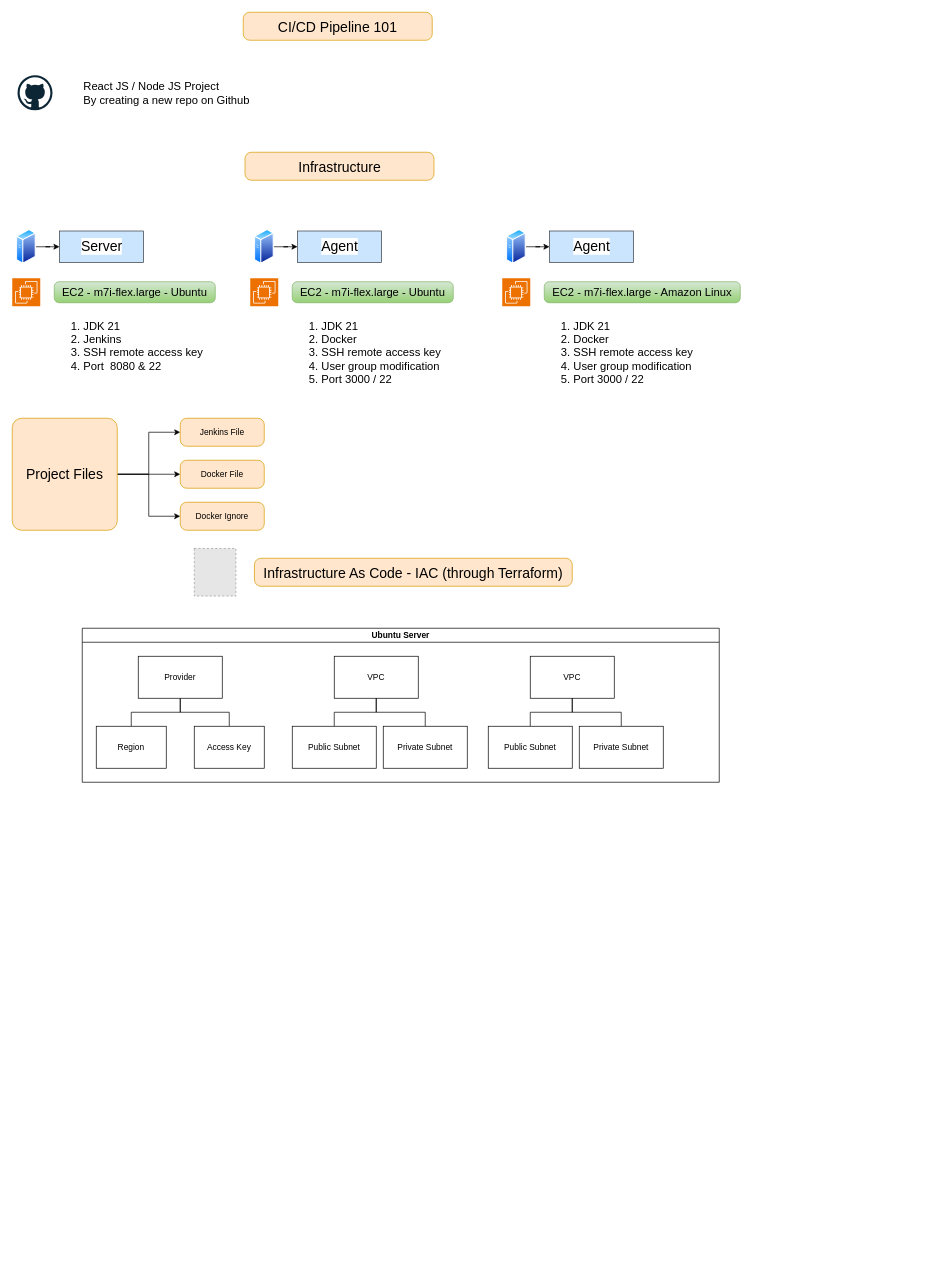
The draw.io diagram cicd_pipeline_101.drawio in mohsinakhtaralam/cicd_pipeline_101, before the edit. Source tidied: cells renumbered, new cells numbered last; positions are measured from the earlier drawing's top-left corner, leaving out a move shared by most shapes. Both pictures are drawn from the tidied source at 70%, with x=0, y=0 at pixel (12, 12). Pictures stored in the file or linked from it are replaced by grey dashed boxes.
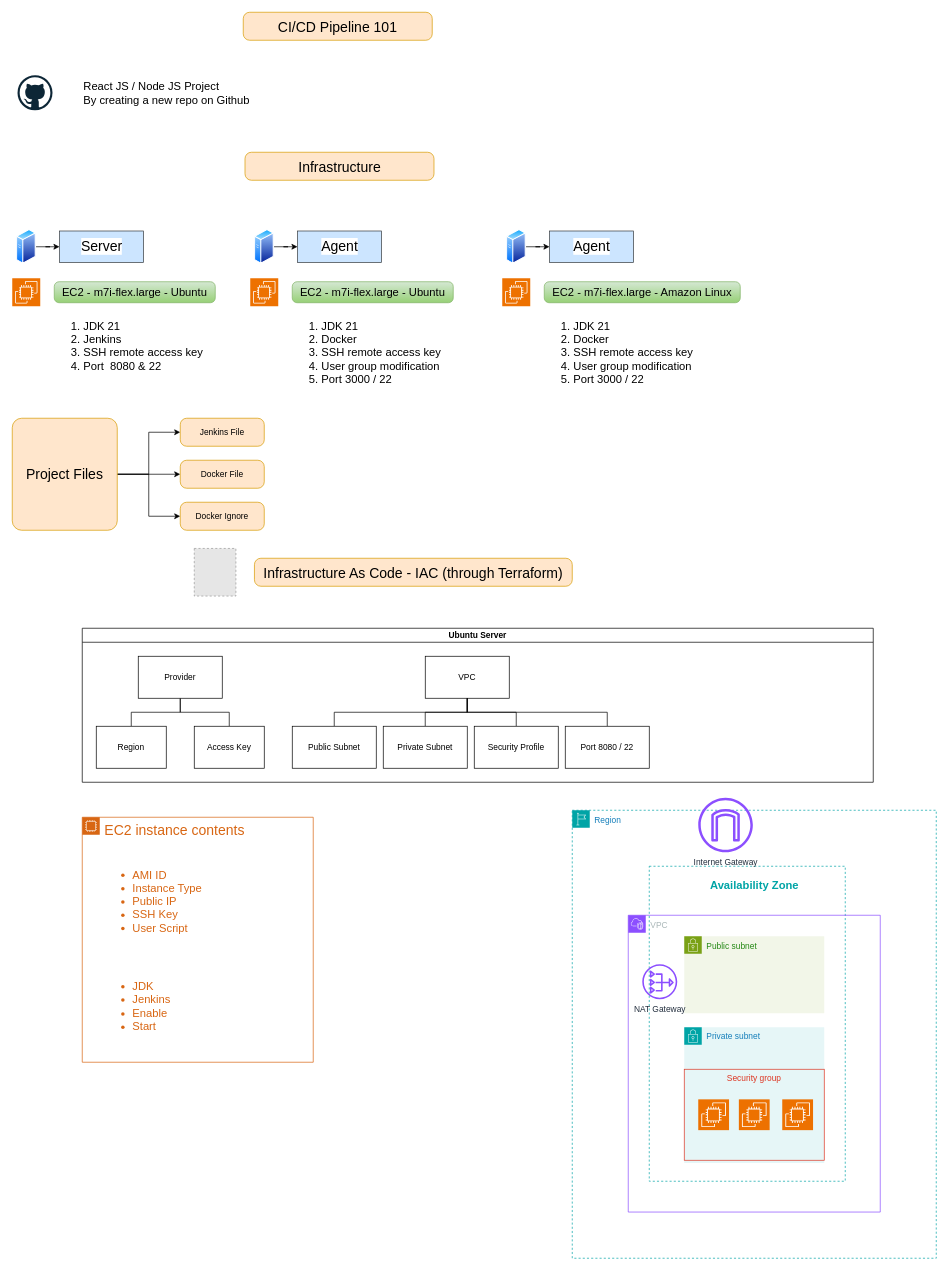
After the change.

The edit, as a diff of the source:
```diff
@@
+    <mxCell id="49" value="Region" style="gradientColor=none;html=1;whiteSpace=wrap;fontSize=12;fontStyle=0;shape=mxgraph.aws4.group;grIcon=mxgraph.aws4.group_region;strokeColor=#00A4A6;fillColor=none;verticalAlign=top;align=left;spacingLeft=30;fontColor=#147EBA;dashed=1;" parent="1" vertex="1">
+      <mxGeometry x="800" y="1140" width="520" height="640" as="geometry" />
+    </mxCell>
+    <mxCell id="50" style="verticalLabelPosition=bottom;verticalAlign=top;html=1;shape=mxgraph.basic.rect;fillColor2=none;strokeWidth=1;size=20;indent=5;dashed=1;strokeColor=light-dark(#00a4a6, #ededed);" parent="49" vertex="1">
+      <mxGeometry x="110" y="80" width="280" height="450" as="geometry" />
+    </mxCell>
+    <mxCell id="51" value="Availability Zone" style="text;html=1;align=center;verticalAlign=middle;strokeColor=none;fillColor=none;fontSize=16;fontColor=light-dark(#00a4a6, #ededed);fontStyle=1;" parent="49" vertex="1">
+      <mxGeometry x="190" y="92" width="140" height="30" as="geometry" />
+    </mxCell>
+    <mxCell id="39" value="VPC" style="points=[[0,0],[0.25,0],[0.5,0],[0.75,0],[1,0],[1,0.25],[1,0.5],[1,0.75],[1,1],[0.75,1],[0.5,1],[0.25,1],[0,1],[0,0.75],[0,0.5],[0,0.25]];outlineConnect=0;gradientColor=none;html=1;whiteSpace=wrap;fontSize=12;fontStyle=0;shape=mxgraph.aws4.group;grIcon=mxgraph.aws4.group_vpc2;strokeColor=#8C4FFF;fillColor=none;verticalAlign=top;align=left;spacingLeft=30;fontColor=#AAB7B8;dashed=0;" parent="49" vertex="1">
+      <mxGeometry x="80" y="150" width="360" height="424" as="geometry" />
+    </mxCell>
+    <mxCell id="52" value="Private subnet" style="gradientColor=none;html=1;whiteSpace=wrap;fontSize=12;fontStyle=0;shape=mxgraph.aws4.group;grIcon=mxgraph.aws4.group_security_group;grStroke=0;strokeColor=#00A4A6;fillColor=#E6F6F7;verticalAlign=top;align=left;spacingLeft=30;fontColor=#147EBA;dashed=0;" parent="39" vertex="1">
+      <mxGeometry x="80" y="160" width="200" height="194" as="geometry" />
+    </mxCell>
+    <mxCell id="53" value="Public subnet" style="gradientColor=none;html=1;whiteSpace=wrap;fontSize=12;fontStyle=0;shape=mxgraph.aws4.group;grIcon=mxgraph.aws4.group_security_group;grStroke=0;strokeColor=#7AA116;fillColor=#F2F6E8;verticalAlign=top;align=left;spacingLeft=30;fontColor=#248814;dashed=0;" parent="49" vertex="1">
+      <mxGeometry x="160" y="180" width="200" height="110" as="geometry" />
+    </mxCell>
+    <mxCell id="54" value="Internet Gateway" style="sketch=0;fontColor=#232F3E;gradientColor=none;fillColor=#8C4FFF;strokeColor=none;dashed=0;verticalLabelPosition=bottom;verticalAlign=top;align=center;html=1;fontSize=12;fontStyle=0;shape=mxgraph.aws4.internet_gateway;" parent="49" vertex="1">
+      <mxGeometry x="180" y="-18" width="78" height="78" as="geometry" />
+    </mxCell>
+    <mxCell id="55" value="NAT Gateway" style="sketch=0;fontColor=#232F3E;gradientColor=none;fillColor=#8C4FFF;strokeColor=none;dashed=0;verticalLabelPosition=bottom;verticalAlign=top;align=center;html=1;fontSize=12;fontStyle=0;shape=mxgraph.aws4.nat_gateway;" parent="49" vertex="1">
+      <mxGeometry x="100" y="220" width="50" height="50" as="geometry" />
+    </mxCell>
+    <mxCell id="56" value="Security group" style="fillColor=none;strokeColor=#DD3522;verticalAlign=top;fontStyle=0;fontColor=#DD3522;whiteSpace=wrap;html=1;" parent="49" vertex="1">
+      <mxGeometry x="160" y="370" width="200" height="130" as="geometry" />
+    </mxCell>
+    <mxCell id="57" style="sketch=0;fontColor=#232F3E;fillColor=#ED7100;strokeColor=#ffffff;dashed=0;verticalLabelPosition=bottom;verticalAlign=top;align=center;html=1;fontSize=12;fontStyle=0;shape=mxgraph.aws4.resourceIcon;resIcon=mxgraph.aws4.ec2;" parent="49" vertex="1">
+      <mxGeometry x="180" y="413" width="44" height="44" as="geometry" />
+    </mxCell>
+    <mxCell id="58" style="sketch=0;fontColor=#232F3E;fillColor=#ED7100;strokeColor=#ffffff;dashed=0;verticalLabelPosition=bottom;verticalAlign=top;align=center;html=1;fontSize=12;fontStyle=0;shape=mxgraph.aws4.resourceIcon;resIcon=mxgraph.aws4.ec2;" parent="49" vertex="1">
+      <mxGeometry x="238" y="413" width="44" height="44" as="geometry" />
+    </mxCell>
+    <mxCell id="59" style="sketch=0;fontColor=#232F3E;fillColor=#ED7100;strokeColor=#ffffff;dashed=0;verticalLabelPosition=bottom;verticalAlign=top;align=center;html=1;fontSize=12;fontStyle=0;shape=mxgraph.aws4.resourceIcon;resIcon=mxgraph.aws4.ec2;" parent="49" vertex="1">
+      <mxGeometry x="300" y="413" width="44" height="44" as="geometry" />
+    </mxCell>
@@
     <mxCell id="33" value="Ubuntu Server" style="swimlane;startSize=20;horizontal=1;containerType=tree;newEdgeStyle={&quot;edgeStyle&quot;:&quot;elbowEdgeStyle&quot;,&quot;startArrow&quot;:&quot;none&quot;,&quot;endArrow&quot;:&quot;none&quot;};" parent="1" vertex="1">
-      <mxGeometry x="100" y="880" width="910" height="220" as="geometry" />
+      <mxGeometry x="100" y="880" width="1130" height="220" as="geometry" />
     </mxCell>
@@
-    <mxCell id="39" value="VPC" style="whiteSpace=wrap;html=1;align=center;newEdgeStyle={&quot;edgeStyle&quot;:&quot;elbowEdgeStyle&quot;,&quot;startArrow&quot;:&quot;none&quot;,&quot;endArrow&quot;:&quot;none&quot;};" parent="33" vertex="1">
-      <mxGeometry x="360" y="40" width="120" height="60" as="geometry" />
-    </mxCell>
-    <mxCell id="40" style="edgeStyle=elbowEdgeStyle;rounded=0;jettySize=auto;html=1;elbow=vertical;startArrow=none;endArrow=none;" parent="33" edge="1" source="39" target="41">
-      <mxGeometry relative="1" as="geometry" />
-    </mxCell>
-    <mxCell id="41" value="Public Subnet" style="whiteSpace=wrap;html=1;align=center;newEdgeStyle={&quot;edgeStyle&quot;:&quot;elbowEdgeStyle&quot;,&quot;startArrow&quot;:&quot;none&quot;,&quot;endArrow&quot;:&quot;none&quot;};" parent="33" vertex="1">
-      <mxGeometry x="300" y="140" width="120" height="60" as="geometry" />
-    </mxCell>
-    <mxCell id="42" style="edgeStyle=elbowEdgeStyle;rounded=0;jettySize=auto;html=1;elbow=vertical;startArrow=none;endArrow=none;" parent="33" edge="1" source="39" target="43">
-      <mxGeometry relative="1" as="geometry" />
-    </mxCell>
-    <mxCell id="43" value="Private Subnet" style="whiteSpace=wrap;html=1;align=center;newEdgeStyle={&quot;edgeStyle&quot;:&quot;elbowEdgeStyle&quot;,&quot;startArrow&quot;:&quot;none&quot;,&quot;endArrow&quot;:&quot;none&quot;};" parent="33" vertex="1">
-      <mxGeometry x="430" y="140" width="120" height="60" as="geometry" />
-    </mxCell>
     <mxCell id="44" value="VPC" style="whiteSpace=wrap;html=1;align=center;newEdgeStyle={&quot;edgeStyle&quot;:&quot;elbowEdgeStyle&quot;,&quot;startArrow&quot;:&quot;none&quot;,&quot;endArrow&quot;:&quot;none&quot;};" parent="33" vertex="1">
-      <mxGeometry x="640" y="40" width="120" height="60" as="geometry" />
+      <mxGeometry x="490" y="40" width="120" height="60" as="geometry" />
     </mxCell>
@@
     <mxCell id="46" value="Public Subnet" style="whiteSpace=wrap;html=1;align=center;newEdgeStyle={&quot;edgeStyle&quot;:&quot;elbowEdgeStyle&quot;,&quot;startArrow&quot;:&quot;none&quot;,&quot;endArrow&quot;:&quot;none&quot;};" parent="33" vertex="1">
-      <mxGeometry x="580" y="140" width="120" height="60" as="geometry" />
+      <mxGeometry x="300" y="140" width="120" height="60" as="geometry" />
     </mxCell>
@@
     <mxCell id="48" value="Private Subnet" style="whiteSpace=wrap;html=1;align=center;newEdgeStyle={&quot;edgeStyle&quot;:&quot;elbowEdgeStyle&quot;,&quot;startArrow&quot;:&quot;none&quot;,&quot;endArrow&quot;:&quot;none&quot;};" parent="33" vertex="1">
-      <mxGeometry x="710" y="140" width="120" height="60" as="geometry" />
+      <mxGeometry x="430" y="140" width="120" height="60" as="geometry" />
     </mxCell>
+    <mxCell id="60" style="edgeStyle=elbowEdgeStyle;rounded=0;jettySize=auto;html=1;elbow=vertical;startArrow=none;endArrow=none;" parent="33" edge="1" source="44" target="61">
+      <mxGeometry relative="1" as="geometry" />
+    </mxCell>
+    <mxCell id="61" value="Security Profile" style="whiteSpace=wrap;html=1;align=center;newEdgeStyle={&quot;edgeStyle&quot;:&quot;elbowEdgeStyle&quot;,&quot;startArrow&quot;:&quot;none&quot;,&quot;endArrow&quot;:&quot;none&quot;};" parent="33" vertex="1">
+      <mxGeometry x="560" y="140" width="120" height="60" as="geometry" />
+    </mxCell>
+    <mxCell id="62" style="edgeStyle=elbowEdgeStyle;rounded=0;jettySize=auto;html=1;elbow=vertical;startArrow=none;endArrow=none;" parent="33" edge="1" source="44" target="63">
+      <mxGeometry relative="1" as="geometry" />
+    </mxCell>
+    <mxCell id="63" value="Port 8080 / 22" style="whiteSpace=wrap;html=1;align=center;newEdgeStyle={&quot;edgeStyle&quot;:&quot;elbowEdgeStyle&quot;,&quot;startArrow&quot;:&quot;none&quot;,&quot;endArrow&quot;:&quot;none&quot;};" parent="33" vertex="1">
+      <mxGeometry x="690" y="140" width="120" height="60" as="geometry" />
+    </mxCell>
+    <mxCell id="64" value="&lt;font style=&quot;font-size: 20px;&quot;&gt;EC2 instance contents&lt;/font&gt;" style="gradientColor=none;html=1;whiteSpace=wrap;fontSize=12;fontStyle=0;shape=mxgraph.aws4.group;grIcon=mxgraph.aws4.group_ec2_instance_contents;strokeColor=#D86613;fillColor=none;verticalAlign=top;align=left;spacingLeft=30;fontColor=#D86613;dashed=0;" parent="1" vertex="1">
+      <mxGeometry x="100" y="1150" width="330" height="350" as="geometry" />
+    </mxCell>
+    <mxCell id="65" value="&lt;ul&gt;&lt;li&gt;AMI ID&lt;/li&gt;&lt;li&gt;Instance Type&lt;/li&gt;&lt;li&gt;Public IP&lt;/li&gt;&lt;li&gt;SSH Key&lt;/li&gt;&lt;li&gt;User Script&lt;/li&gt;&lt;/ul&gt;" style="text;html=1;align=left;verticalAlign=middle;strokeColor=none;fillColor=none;fontSize=16;fontColor=light-dark(#d86613, #ededed);" parent="64" vertex="1">
+      <mxGeometry x="30" y="50" width="160" height="140" as="geometry" />
+    </mxCell>
+    <mxCell id="66" value="&lt;ul&gt;&lt;li&gt;JDK&lt;/li&gt;&lt;li&gt;Jenkins&lt;/li&gt;&lt;li&gt;Enable&lt;/li&gt;&lt;li&gt;Start&lt;/li&gt;&lt;/ul&gt;" style="text;html=1;align=left;verticalAlign=middle;strokeColor=none;fillColor=none;fontSize=16;fontColor=light-dark(#d86613, #ededed);" parent="64" vertex="1">
+      <mxGeometry x="30" y="210" width="120" height="120" as="geometry" />
+    </mxCell>
```
